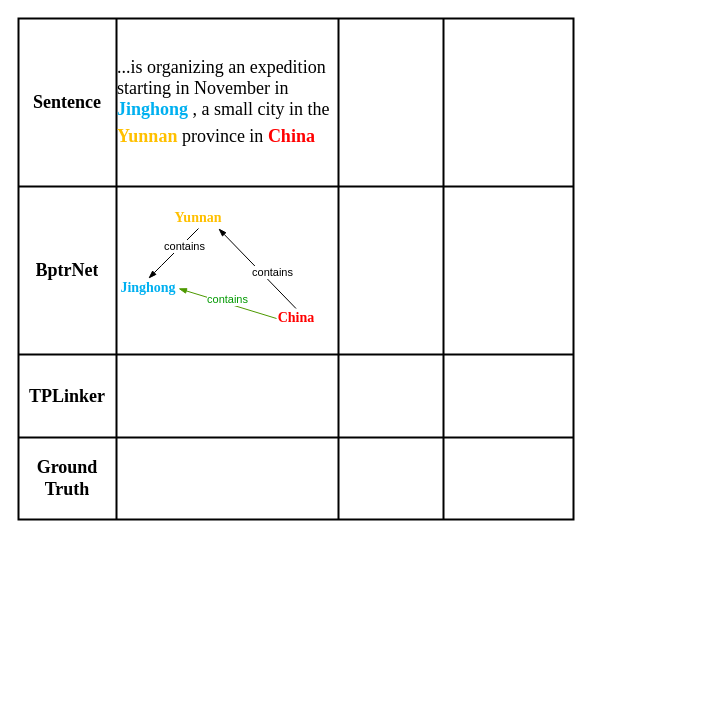
Before: Untitled Diagram.drawio in zhangSchnee/gittest, a draw.io diagram. Source tidied: cells renumbered, new cells numbered last; positions are measured from the earlier drawing's top-left corner, leaving out a move shared by most shapes. Both pictures are drawn from the tidied source at 100%, with x=0, y=0 at pixel (18, 18).
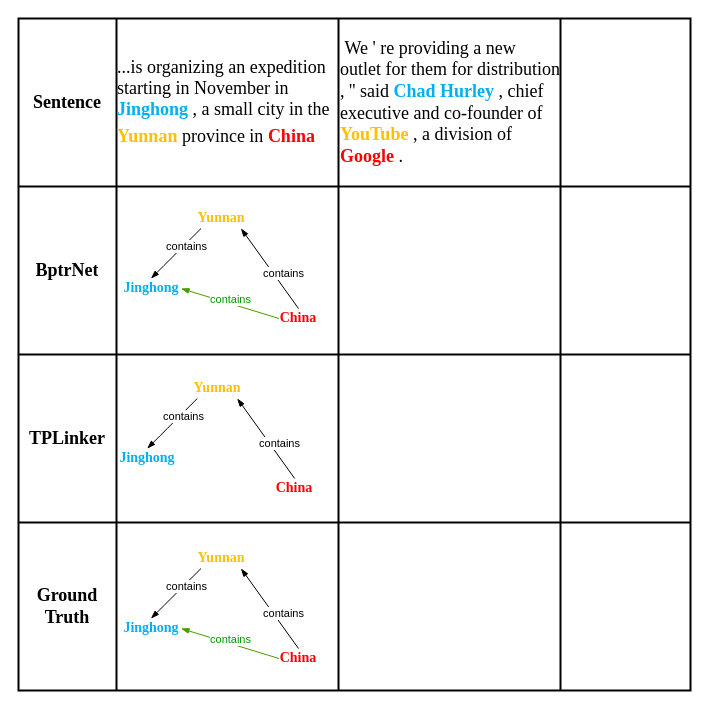
The same page after the edit.

Diff of the diagram source:
```diff
@@
     <mxCell id="2" style="shape=table;html=1;whiteSpace=wrap;startSize=0;childLayout=tableLayout;strokeWidth=2;perimeterSpacing=1;" parent="1" vertex="1">
-      <mxGeometry width="555" height="501" as="geometry" />
+      <mxGeometry width="672" height="672" as="geometry" />
     </mxCell>
     <mxCell id="3" style="shape=partialRectangle;html=1;whiteSpace=wrap;fillColor=none;top=0;left=0;bottom=0;right=0;" parent="2" vertex="1">
-      <mxGeometry width="555" height="168" as="geometry" />
+      <mxGeometry width="672" height="168" as="geometry" />
     </mxCell>
@@
-    <mxCell id="6" style="shape=partialRectangle;html=1;whiteSpace=wrap;overflow=hidden;fillColor=none;top=0;left=0;bottom=0;right=0;" parent="3" vertex="1">
-      <mxGeometry x="320" width="105" height="168" as="geometry" />
+    <mxCell id="6" value="&lt;font style=&quot;font-size: 18px&quot; face=&quot;Times New Roman&quot;&gt;&amp;nbsp;We ' re providing a new outlet for them for distribution , '' said &lt;font color=&quot;#00b0f0&quot;&gt;&lt;b&gt;Chad Hurley&lt;/b&gt;&lt;/font&gt; , chief executive and co-founder of &lt;b&gt;&lt;font color=&quot;#ffc000&quot;&gt;YouTube&lt;/font&gt;&lt;/b&gt; , a division of &lt;b&gt;&lt;font color=&quot;#ff0000&quot;&gt;Google&lt;/font&gt;&lt;/b&gt; .&lt;/font&gt;" style="shape=partialRectangle;html=1;whiteSpace=wrap;overflow=hidden;fillColor=none;top=0;left=0;bottom=0;right=0;align=left;" parent="3" vertex="1">
+      <mxGeometry x="320" width="222" height="168" as="geometry" />
     </mxCell>
     <mxCell id="7" style="shape=partialRectangle;html=1;whiteSpace=wrap;overflow=hidden;fillColor=none;top=0;left=0;bottom=0;right=0;" parent="3" vertex="1">
-      <mxGeometry x="425" width="130" height="168" as="geometry" />
+      <mxGeometry x="542" width="130" height="168" as="geometry" />
     </mxCell>
     <mxCell id="8" style="shape=partialRectangle;html=1;whiteSpace=wrap;fillColor=none;top=0;left=0;bottom=0;right=0;" parent="2" vertex="1">
-      <mxGeometry y="168" width="555" height="168" as="geometry" />
+      <mxGeometry y="168" width="672" height="168" as="geometry" />
     </mxCell>
@@
     <mxCell id="11" style="shape=partialRectangle;html=1;whiteSpace=wrap;overflow=hidden;fillColor=none;top=0;left=0;bottom=0;right=0;" parent="8" vertex="1">
-      <mxGeometry x="320" width="105" height="168" as="geometry" />
+      <mxGeometry x="320" width="222" height="168" as="geometry" />
     </mxCell>
     <mxCell id="12" style="shape=partialRectangle;html=1;whiteSpace=wrap;overflow=hidden;fillColor=none;top=0;left=0;bottom=0;right=0;" parent="8" vertex="1">
-      <mxGeometry x="425" width="130" height="168" as="geometry" />
+      <mxGeometry x="542" width="130" height="168" as="geometry" />
     </mxCell>
     <mxCell id="13" style="shape=partialRectangle;html=1;whiteSpace=wrap;fillColor=none;top=0;left=0;bottom=0;right=0;" parent="2" vertex="1">
-      <mxGeometry y="336" width="555" height="83" as="geometry" />
+      <mxGeometry y="336" width="672" height="168" as="geometry" />
     </mxCell>
     <mxCell id="14" value="&lt;font style=&quot;font-size: 18px&quot; face=&quot;Times New Roman&quot;&gt;&lt;b&gt;TPLinker&lt;/b&gt;&lt;/font&gt;" style="shape=partialRectangle;html=1;whiteSpace=wrap;overflow=hidden;fillColor=none;top=0;left=0;bottom=0;right=0;" parent="13" vertex="1">
-      <mxGeometry width="98" height="83" as="geometry" />
+      <mxGeometry width="98" height="168" as="geometry" />
     </mxCell>
     <mxCell id="15" style="shape=partialRectangle;html=1;whiteSpace=wrap;overflow=hidden;fillColor=none;top=0;left=0;bottom=0;right=0;" parent="13" vertex="1">
-      <mxGeometry x="98" width="222" height="83" as="geometry" />
+      <mxGeometry x="98" width="222" height="168" as="geometry" />
     </mxCell>
     <mxCell id="16" style="shape=partialRectangle;html=1;whiteSpace=wrap;overflow=hidden;fillColor=none;top=0;left=0;bottom=0;right=0;" parent="13" vertex="1">
-      <mxGeometry x="320" width="105" height="83" as="geometry" />
+      <mxGeometry x="320" width="222" height="168" as="geometry" />
     </mxCell>
     <mxCell id="17" style="shape=partialRectangle;html=1;whiteSpace=wrap;overflow=hidden;fillColor=none;top=0;left=0;bottom=0;right=0;" parent="13" vertex="1">
-      <mxGeometry x="425" width="130" height="83" as="geometry" />
+      <mxGeometry x="542" width="130" height="168" as="geometry" />
     </mxCell>
     <mxCell id="18" style="shape=partialRectangle;html=1;whiteSpace=wrap;fillColor=none;top=0;left=0;bottom=0;right=0;" parent="2" vertex="1">
-      <mxGeometry y="419" width="555" height="82" as="geometry" />
+      <mxGeometry y="504" width="672" height="168" as="geometry" />
     </mxCell>
     <mxCell id="19" value="&lt;p&gt;&lt;font face=&quot;Times New Roman&quot; size=&quot;1&quot;&gt;&lt;b style=&quot;font-size: 18px&quot;&gt;Ground Truth&lt;/b&gt;&lt;/font&gt;&lt;/p&gt;" style="shape=partialRectangle;html=1;whiteSpace=wrap;overflow=hidden;fillColor=none;top=0;left=0;bottom=0;right=0;" parent="18" vertex="1">
-      <mxGeometry width="98" height="82" as="geometry" />
+      <mxGeometry width="98" height="168" as="geometry" />
     </mxCell>
     <mxCell id="20" style="shape=partialRectangle;html=1;whiteSpace=wrap;overflow=hidden;fillColor=none;top=0;left=0;bottom=0;right=0;" parent="18" vertex="1">
-      <mxGeometry x="98" width="222" height="82" as="geometry" />
+      <mxGeometry x="98" width="222" height="168" as="geometry" />
     </mxCell>
     <mxCell id="21" style="shape=partialRectangle;html=1;whiteSpace=wrap;overflow=hidden;fillColor=none;top=0;left=0;bottom=0;right=0;" parent="18" vertex="1">
-      <mxGeometry x="320" width="105" height="82" as="geometry" />
+      <mxGeometry x="320" width="222" height="168" as="geometry" />
     </mxCell>
     <mxCell id="22" style="shape=partialRectangle;html=1;whiteSpace=wrap;overflow=hidden;fillColor=none;top=0;left=0;bottom=0;right=0;" parent="18" vertex="1">
-      <mxGeometry x="425" width="130" height="82" as="geometry" />
+      <mxGeometry x="542" width="130" height="168" as="geometry" />
     </mxCell>
-    <mxCell id="23" value="&lt;span style=&quot;color: rgb(0 , 176 , 240) ; font-family: &amp;#34;times new roman&amp;#34; ; font-weight: 700 ; text-align: left&quot;&gt;&lt;font style=&quot;font-size: 14px&quot;&gt;Jinghong&lt;/font&gt;&lt;/span&gt;" style="text;html=1;strokeColor=none;fillColor=none;align=center;verticalAlign=middle;whiteSpace=wrap;rounded=0;" parent="1" vertex="1">
-      <mxGeometry x="110" y="260" width="40" height="20" as="geometry" />
-    </mxCell>
-    <mxCell id="24" style="endArrow=none;html=1;startArrow=blockThin;startFill=1;endFill=0;" parent="1" edge="1">
-      <mxGeometry relative="1" as="geometry">
-        <mxPoint x="130" y="260" as="sourcePoint" />
-        <mxPoint x="180" y="210" as="targetPoint" />
-        <Array as="points">
-          <mxPoint x="150" y="240" />
-        </Array>
-      </mxGeometry>
-    </mxCell>
-    <mxCell id="25" value="contains" style="edgeLabel;html=1;align=center;verticalAlign=middle;" parent="24" vertex="1">
-      <mxGeometry x="0.37" y="-2" relative="1" as="geometry" />
-    </mxCell>
-    <mxCell id="26" value="&lt;span style=&quot;color: rgb(255 , 192 , 0) ; font-family: &amp;#34;times new roman&amp;#34; ; font-size: 14px ; font-weight: 700 ; text-align: left&quot;&gt;Yunnan&lt;/span&gt;" style="text;html=1;strokeColor=none;fillColor=none;align=center;verticalAlign=middle;whiteSpace=wrap;rounded=0;" parent="1" vertex="1">
-      <mxGeometry x="160" y="190" width="40" height="20" as="geometry" />
-    </mxCell>
-    <mxCell id="27" style="endArrow=none;html=1;startArrow=blockThin;startFill=1;endFill=0;rounded=1;exitX=1;exitY=1;exitDx=0;exitDy=0;entryX=0.5;entryY=0;entryDx=0;entryDy=0;" parent="1" edge="1" source="26" target="29">
-      <mxGeometry relative="1" as="geometry" />
-    </mxCell>
-    <mxCell id="28" value="contains" style="edgeLabel;html=1;align=center;verticalAlign=middle;" parent="27" vertex="1">
-      <mxGeometry x="0.22" y="8" relative="1" as="geometry" />
-    </mxCell>
-    <mxCell id="29" value="&lt;span style=&quot;color: rgb(255 , 0 , 0) ; font-family: &amp;#34;times new roman&amp;#34; ; font-weight: 700 ; text-align: left&quot;&gt;&lt;font style=&quot;font-size: 14px&quot;&gt;China&lt;/font&gt;&lt;/span&gt;" style="text;html=1;strokeColor=none;fillColor=none;align=center;verticalAlign=middle;whiteSpace=wrap;rounded=0;" parent="1" vertex="1">
-      <mxGeometry x="257.5" y="290" width="40" height="20" as="geometry" />
-    </mxCell>
-    <mxCell id="30" style="endArrow=none;html=1;startArrow=blockThin;startFill=1;endFill=0;rounded=1;strokeColor=#4D9900;" parent="1" edge="1">
-      <mxGeometry relative="1" as="geometry">
-        <mxPoint x="160" y="270" as="sourcePoint" />
-        <mxPoint x="258" y="300" as="targetPoint" />
-      </mxGeometry>
-    </mxCell>
-    <mxCell id="31" value="&lt;font color=&quot;#009900&quot;&gt;contains&lt;/font&gt;" style="edgeLabel;html=1;align=center;verticalAlign=middle;" parent="30" vertex="1">
-      <mxGeometry x="0.37" y="-2" relative="1" as="geometry">
-        <mxPoint x="-17.4" y="-12.4" as="offset" />
-      </mxGeometry>
-    </mxCell>
+    <mxCell id="32" value="&lt;span style=&quot;color: rgb(0 , 176 , 240) ; font-family: &amp;#34;times new roman&amp;#34; ; font-weight: 700 ; text-align: left&quot;&gt;&lt;font style=&quot;font-size: 14px&quot;&gt;Jinghong&lt;/font&gt;&lt;/span&gt;" style="text;html=1;strokeColor=none;fillColor=none;align=center;verticalAlign=middle;whiteSpace=wrap;rounded=0;" parent="1" vertex="1">
+      <mxGeometry x="112.5" y="260" width="40" height="20" as="geometry" />
+    </mxCell>
+    <mxCell id="33" style="endArrow=none;html=1;startArrow=blockThin;startFill=1;endFill=0;" parent="1" edge="1">
+      <mxGeometry relative="1" as="geometry">
+        <mxPoint x="132.5" y="260" as="sourcePoint" />
+        <mxPoint x="182.5" y="210" as="targetPoint" />
+        <Array as="points">
+          <mxPoint x="152.5" y="240" />
+        </Array>
+      </mxGeometry>
+    </mxCell>
+    <mxCell id="34" value="contains" style="edgeLabel;html=1;align=center;verticalAlign=middle;" parent="33" vertex="1">
+      <mxGeometry x="0.37" y="-2" relative="1" as="geometry" />
+    </mxCell>
+    <mxCell id="35" value="&lt;span style=&quot;color: rgb(255 , 192 , 0) ; font-family: &amp;#34;times new roman&amp;#34; ; font-size: 14px ; font-weight: 700 ; text-align: left&quot;&gt;Yunnan&lt;/span&gt;" style="text;html=1;strokeColor=none;fillColor=none;align=center;verticalAlign=middle;whiteSpace=wrap;rounded=0;" parent="1" vertex="1">
+      <mxGeometry x="182.5" y="190" width="40" height="20" as="geometry" />
+    </mxCell>
+    <mxCell id="36" style="endArrow=none;html=1;startArrow=blockThin;startFill=1;endFill=0;rounded=1;exitX=1;exitY=1;exitDx=0;exitDy=0;entryX=0.5;entryY=0;entryDx=0;entryDy=0;" parent="1" edge="1" source="35" target="38">
+      <mxGeometry relative="1" as="geometry" />
+    </mxCell>
+    <mxCell id="37" value="contains" style="edgeLabel;html=1;align=center;verticalAlign=middle;" parent="36" vertex="1">
+      <mxGeometry x="0.22" y="8" relative="1" as="geometry" />
+    </mxCell>
+    <mxCell id="38" value="&lt;span style=&quot;color: rgb(255 , 0 , 0) ; font-family: &amp;#34;times new roman&amp;#34; ; font-weight: 700 ; text-align: left&quot;&gt;&lt;font style=&quot;font-size: 14px&quot;&gt;China&lt;/font&gt;&lt;/span&gt;" style="text;html=1;strokeColor=none;fillColor=none;align=center;verticalAlign=middle;whiteSpace=wrap;rounded=0;" parent="1" vertex="1">
+      <mxGeometry x="260" y="290" width="40" height="20" as="geometry" />
+    </mxCell>
+    <mxCell id="39" style="endArrow=none;html=1;startArrow=blockThin;startFill=1;endFill=0;rounded=1;strokeColor=#4D9900;" parent="1" edge="1">
+      <mxGeometry relative="1" as="geometry">
+        <mxPoint x="162.5" y="270" as="sourcePoint" />
+        <mxPoint x="260.5" y="300" as="targetPoint" />
+      </mxGeometry>
+    </mxCell>
+    <mxCell id="40" value="&lt;font color=&quot;#009900&quot;&gt;contains&lt;/font&gt;" style="edgeLabel;html=1;align=center;verticalAlign=middle;" parent="39" vertex="1">
+      <mxGeometry x="0.37" y="-2" relative="1" as="geometry">
+        <mxPoint x="-17.4" y="-12.4" as="offset" />
+      </mxGeometry>
+    </mxCell>
+    <mxCell id="41" value="&lt;span style=&quot;color: rgb(0 , 176 , 240) ; font-family: &amp;#34;times new roman&amp;#34; ; font-weight: 700 ; text-align: left&quot;&gt;&lt;font style=&quot;font-size: 14px&quot;&gt;Jinghong&lt;/font&gt;&lt;/span&gt;" style="text;html=1;strokeColor=none;fillColor=none;align=center;verticalAlign=middle;whiteSpace=wrap;rounded=0;" parent="1" vertex="1">
+      <mxGeometry x="112.5" y="600" width="40" height="20" as="geometry" />
+    </mxCell>
+    <mxCell id="42" style="endArrow=none;html=1;startArrow=blockThin;startFill=1;endFill=0;" parent="1" edge="1">
+      <mxGeometry relative="1" as="geometry">
+        <mxPoint x="132.5" y="600" as="sourcePoint" />
+        <mxPoint x="182.5" y="550" as="targetPoint" />
+        <Array as="points">
+          <mxPoint x="152.5" y="580" />
+        </Array>
+      </mxGeometry>
+    </mxCell>
+    <mxCell id="43" value="contains" style="edgeLabel;html=1;align=center;verticalAlign=middle;" parent="42" vertex="1">
+      <mxGeometry x="0.37" y="-2" relative="1" as="geometry" />
+    </mxCell>
+    <mxCell id="44" value="&lt;span style=&quot;color: rgb(255 , 192 , 0) ; font-family: &amp;#34;times new roman&amp;#34; ; font-size: 14px ; font-weight: 700 ; text-align: left&quot;&gt;Yunnan&lt;/span&gt;" style="text;html=1;strokeColor=none;fillColor=none;align=center;verticalAlign=middle;whiteSpace=wrap;rounded=0;" parent="1" vertex="1">
+      <mxGeometry x="182.5" y="530" width="40" height="20" as="geometry" />
+    </mxCell>
+    <mxCell id="45" style="endArrow=none;html=1;startArrow=blockThin;startFill=1;endFill=0;rounded=1;exitX=1;exitY=1;exitDx=0;exitDy=0;entryX=0.5;entryY=0;entryDx=0;entryDy=0;" parent="1" edge="1" source="44" target="47">
+      <mxGeometry relative="1" as="geometry" />
+    </mxCell>
+    <mxCell id="46" value="contains" style="edgeLabel;html=1;align=center;verticalAlign=middle;" parent="45" vertex="1">
+      <mxGeometry x="0.22" y="8" relative="1" as="geometry" />
+    </mxCell>
+    <mxCell id="47" value="&lt;span style=&quot;color: rgb(255 , 0 , 0) ; font-family: &amp;#34;times new roman&amp;#34; ; font-weight: 700 ; text-align: left&quot;&gt;&lt;font style=&quot;font-size: 14px&quot;&gt;China&lt;/font&gt;&lt;/span&gt;" style="text;html=1;strokeColor=none;fillColor=none;align=center;verticalAlign=middle;whiteSpace=wrap;rounded=0;" parent="1" vertex="1">
+      <mxGeometry x="260" y="630" width="40" height="20" as="geometry" />
+    </mxCell>
+    <mxCell id="48" style="endArrow=none;html=1;startArrow=blockThin;startFill=1;endFill=0;rounded=1;strokeColor=#4D9900;" parent="1" edge="1">
+      <mxGeometry relative="1" as="geometry">
+        <mxPoint x="162.5" y="610" as="sourcePoint" />
+        <mxPoint x="260.5" y="640" as="targetPoint" />
+      </mxGeometry>
+    </mxCell>
+    <mxCell id="49" value="&lt;font color=&quot;#009900&quot;&gt;contains&lt;/font&gt;" style="edgeLabel;html=1;align=center;verticalAlign=middle;" parent="48" vertex="1">
+      <mxGeometry x="0.37" y="-2" relative="1" as="geometry">
+        <mxPoint x="-17.4" y="-12.4" as="offset" />
+      </mxGeometry>
+    </mxCell>
+    <mxCell id="50" value="&lt;span style=&quot;color: rgb(0 , 176 , 240) ; font-family: &amp;#34;times new roman&amp;#34; ; font-weight: 700 ; text-align: left&quot;&gt;&lt;font style=&quot;font-size: 14px&quot;&gt;Jinghong&lt;/font&gt;&lt;/span&gt;" style="text;html=1;strokeColor=none;fillColor=none;align=center;verticalAlign=middle;whiteSpace=wrap;rounded=0;" parent="1" vertex="1">
+      <mxGeometry x="108.8" y="430" width="40" height="20" as="geometry" />
+    </mxCell>
+    <mxCell id="51" style="endArrow=none;html=1;startArrow=blockThin;startFill=1;endFill=0;" parent="1" edge="1">
+      <mxGeometry relative="1" as="geometry">
+        <mxPoint x="128.8" y="430" as="sourcePoint" />
+        <mxPoint x="178.8" y="380" as="targetPoint" />
+        <Array as="points">
+          <mxPoint x="148.8" y="410" />
+        </Array>
+      </mxGeometry>
+    </mxCell>
+    <mxCell id="52" value="contains" style="edgeLabel;html=1;align=center;verticalAlign=middle;" parent="51" vertex="1">
+      <mxGeometry x="0.37" y="-2" relative="1" as="geometry" />
+    </mxCell>
+    <mxCell id="53" value="&lt;span style=&quot;color: rgb(255 , 192 , 0) ; font-family: &amp;#34;times new roman&amp;#34; ; font-size: 14px ; font-weight: 700 ; text-align: left&quot;&gt;Yunnan&lt;/span&gt;" style="text;html=1;strokeColor=none;fillColor=none;align=center;verticalAlign=middle;whiteSpace=wrap;rounded=0;" parent="1" vertex="1">
+      <mxGeometry x="178.8" y="360" width="40" height="20" as="geometry" />
+    </mxCell>
+    <mxCell id="54" style="endArrow=none;html=1;startArrow=blockThin;startFill=1;endFill=0;rounded=1;exitX=1;exitY=1;exitDx=0;exitDy=0;entryX=0.5;entryY=0;entryDx=0;entryDy=0;" parent="1" edge="1" source="53" target="56">
+      <mxGeometry relative="1" as="geometry" />
+    </mxCell>
+    <mxCell id="55" value="contains" style="edgeLabel;html=1;align=center;verticalAlign=middle;" parent="54" vertex="1">
+      <mxGeometry x="0.22" y="8" relative="1" as="geometry" />
+    </mxCell>
+    <mxCell id="56" value="&lt;span style=&quot;color: rgb(255 , 0 , 0) ; font-family: &amp;#34;times new roman&amp;#34; ; font-weight: 700 ; text-align: left&quot;&gt;&lt;font style=&quot;font-size: 14px&quot;&gt;China&lt;/font&gt;&lt;/span&gt;" style="text;html=1;strokeColor=none;fillColor=none;align=center;verticalAlign=middle;whiteSpace=wrap;rounded=0;" parent="1" vertex="1">
+      <mxGeometry x="256.2" y="460" width="40" height="20" as="geometry" />
+    </mxCell>
```
